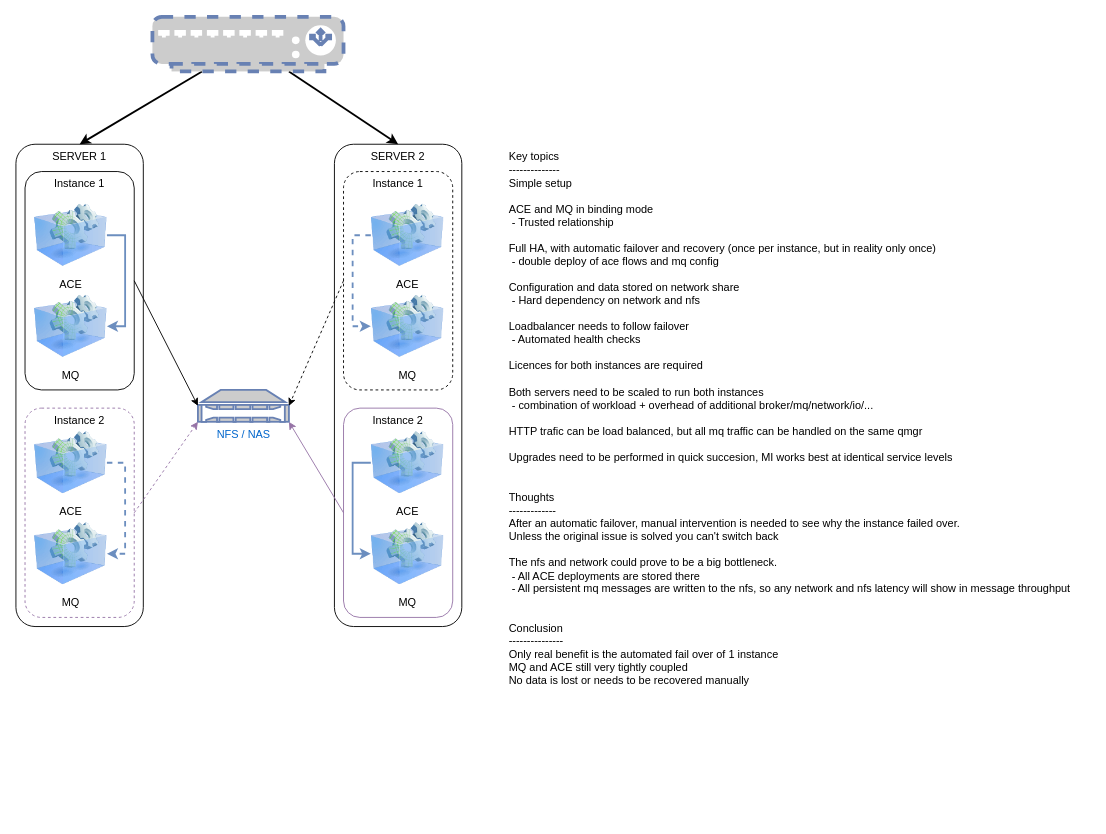
Before: page "Cross Multi-Instance" (2 of 10) of Designs/ACE/HighAvailabilityScenarios.drawio in matthiasblomme/MixedTools, a draw.io diagram. Source tidied: cells renumbered, new cells numbered last; positions are measured from the earlier drawing's top-left corner, leaving out a move shared by most shapes. Both pictures are drawn from the tidied source at 91%, with x=0, y=0 at pixel (15, 16).
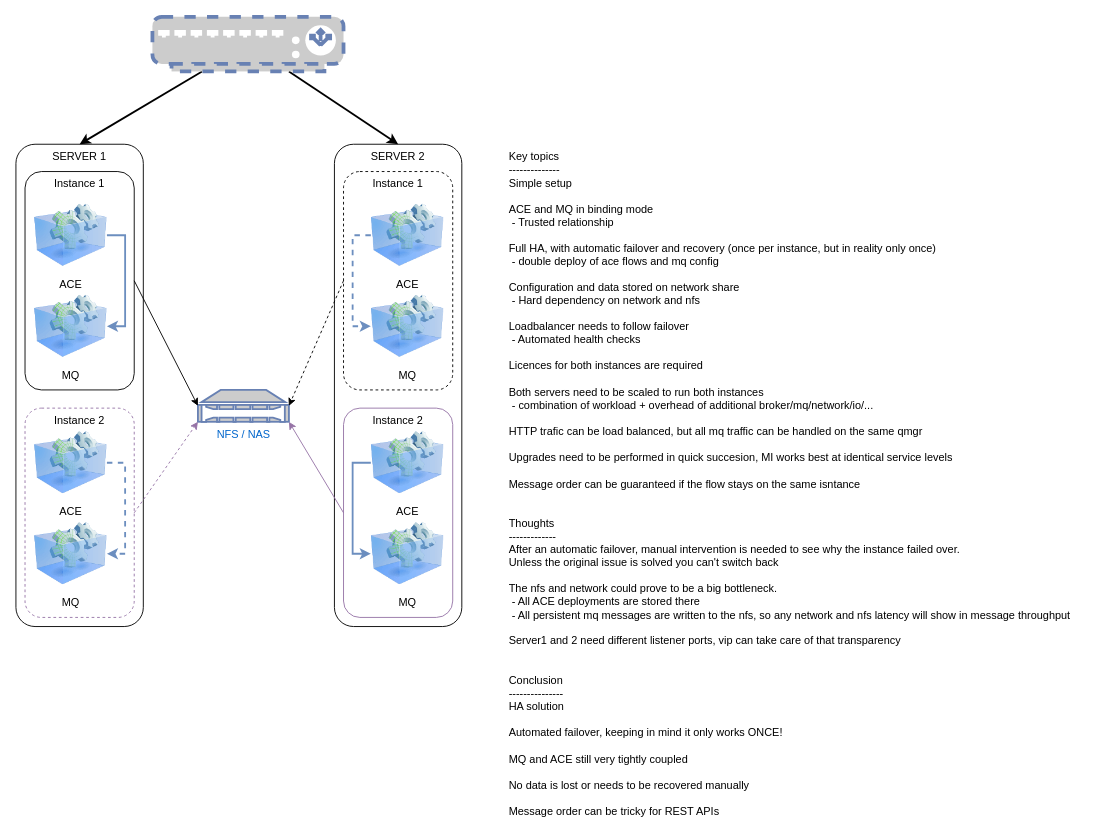
The same diagram, later.

What changed in the source:
```diff
@@
-    <mxCell id="25" value="Key topics&lt;br style=&quot;border-color: var(--border-color);&quot;&gt;--------------&lt;br&gt;Simple setup&lt;br&gt;&lt;br&gt;ACE and MQ in binding mode&lt;br&gt;&lt;span style=&quot;&quot;&gt;&lt;/span&gt;&lt;span style=&quot;&quot;&gt;&lt;/span&gt;&lt;span style=&quot;&quot;&gt;&lt;/span&gt;&lt;span style=&quot;&quot;&gt;&lt;/span&gt;&amp;nbsp;- Trusted relationship&lt;br&gt;&lt;br&gt;Full HA, with automatic failover and recovery (once per instance, but in reality only once)&lt;br&gt;&lt;span style=&quot;&quot;&gt;&#9;&lt;/span&gt;&amp;nbsp;- double deploy of ace flows and mq config&lt;br style=&quot;border-color: var(--border-color);&quot;&gt;&lt;br&gt;Configuration and data stored on network share&lt;br style=&quot;border-color: var(--border-color);&quot;&gt;&lt;span style=&quot;border-color: var(--border-color);&quot;&gt;&lt;/span&gt;&lt;span style=&quot;&quot;&gt;&lt;/span&gt;&lt;span style=&quot;&quot;&gt;&lt;/span&gt;&lt;span style=&quot;&quot;&gt;&lt;/span&gt;&amp;nbsp;- Hard dependency on network and nfs&lt;br&gt;&lt;br&gt;Loadbalancer needs to follow failover&lt;br&gt;&lt;span style=&quot;&quot;&gt;&lt;/span&gt;&lt;span style=&quot;&quot;&gt;&lt;/span&gt;&lt;span style=&quot;&quot;&gt;&lt;/span&gt;&lt;span style=&quot;&quot;&gt;&lt;/span&gt;&amp;nbsp;- Automated health checks&lt;br&gt;&lt;br&gt;Licences for both instances are required&lt;br&gt;&lt;br&gt;Both servers need to be scaled to run both instances&lt;br&gt;&amp;nbsp;- combination of workload + overhead of additional broker/mq/network/io/...&lt;br&gt;&lt;br&gt;HTTP trafic can be load balanced, but all mq traffic can be handled on the same qmgr&lt;br&gt;&lt;br&gt;Upgrades need to be performed in quick succesion, MI works best at identical service levels&lt;br&gt;&lt;br&gt;&lt;br&gt;Thoughts&lt;br style=&quot;border-color: var(--border-color);&quot;&gt;-------------&lt;br style=&quot;border-color: var(--border-color);&quot;&gt;After an automatic failover, manual intervention is needed to see why the instance failed over.&lt;br style=&quot;border-color: var(--border-color);&quot;&gt;Unless the original issue is solved you can't switch back&lt;br style=&quot;border-color: var(--border-color);&quot;&gt;&lt;br style=&quot;border-color: var(--border-color);&quot;&gt;The nfs and network could prove to be a big bottleneck.&lt;br style=&quot;border-color: var(--border-color);&quot;&gt;&lt;span style=&quot;border-color: var(--border-color);&quot;&gt;&lt;/span&gt;&amp;nbsp;- All ACE deployments are stored there&lt;br style=&quot;border-color: var(--border-color);&quot;&gt;&lt;span style=&quot;border-color: var(--border-color);&quot;&gt;&lt;/span&gt;&amp;nbsp;- All persistent mq messages are written to the nfs, so any network and nfs latency will show in message throughput&lt;br&gt;&lt;br&gt;&lt;br&gt;Conclusion&lt;br&gt;---------------&lt;br&gt;Only real benefit is the automated fail over of 1 instance&lt;br&gt;MQ and ACE still very tightly coupled&lt;br style=&quot;border-color: var(--border-color);&quot;&gt;No data is lost or needs to be recovered manually" style="text;html=1;strokeColor=none;fillColor=none;align=left;verticalAlign=top;whiteSpace=wrap;rounded=0;dashed=1;" parent="1" vertex="1">
+    <mxCell id="25" value="Key topics&lt;br style=&quot;border-color: var(--border-color);&quot;&gt;--------------&lt;br&gt;Simple setup&lt;br&gt;&lt;br&gt;ACE and MQ in binding mode&lt;br&gt;&lt;span style=&quot;&quot;&gt;&lt;/span&gt;&lt;span style=&quot;&quot;&gt;&lt;/span&gt;&lt;span style=&quot;&quot;&gt;&lt;/span&gt;&lt;span style=&quot;&quot;&gt;&lt;/span&gt;&amp;nbsp;- Trusted relationship&lt;br&gt;&lt;br&gt;Full HA, with automatic failover and recovery (once per instance, but in reality only once)&lt;br&gt;&lt;span style=&quot;&quot;&gt; &lt;/span&gt;&amp;nbsp;- double deploy of ace flows and mq config&lt;br style=&quot;border-color: var(--border-color);&quot;&gt;&lt;br&gt;Configuration and data stored on network share&lt;br style=&quot;border-color: var(--border-color);&quot;&gt;&lt;span style=&quot;border-color: var(--border-color);&quot;&gt;&lt;/span&gt;&lt;span style=&quot;&quot;&gt;&lt;/span&gt;&lt;span style=&quot;&quot;&gt;&lt;/span&gt;&lt;span style=&quot;&quot;&gt;&lt;/span&gt;&amp;nbsp;- Hard dependency on network and nfs&lt;br&gt;&lt;br&gt;Loadbalancer needs to follow failover&lt;br&gt;&lt;span style=&quot;&quot;&gt;&lt;/span&gt;&lt;span style=&quot;&quot;&gt;&lt;/span&gt;&lt;span style=&quot;&quot;&gt;&lt;/span&gt;&lt;span style=&quot;&quot;&gt;&lt;/span&gt;&amp;nbsp;- Automated health checks&lt;br&gt;&lt;br&gt;Licences for both instances are required&lt;br&gt;&lt;br&gt;Both servers need to be scaled to run both instances&lt;br&gt;&amp;nbsp;- combination of workload + overhead of additional broker/mq/network/io/...&lt;br&gt;&lt;br&gt;HTTP trafic can be load balanced, but all mq traffic can be handled on the same qmgr&lt;br&gt;&lt;br&gt;Upgrades need to be performed in quick succesion, MI works best at identical service levels&lt;br&gt;&lt;br&gt;Message order can be guaranteed if the flow stays on the same isntance&lt;br&gt;&lt;br&gt;&lt;br&gt;Thoughts&lt;br style=&quot;border-color: var(--border-color);&quot;&gt;-------------&lt;br style=&quot;border-color: var(--border-color);&quot;&gt;After an automatic failover, manual intervention is needed to see why the instance failed over.&lt;br style=&quot;border-color: var(--border-color);&quot;&gt;Unless the original issue is solved you can't switch back&lt;br style=&quot;border-color: var(--border-color);&quot;&gt;&lt;br style=&quot;border-color: var(--border-color);&quot;&gt;The nfs and network could prove to be a big bottleneck.&lt;br style=&quot;border-color: var(--border-color);&quot;&gt;&lt;span style=&quot;border-color: var(--border-color);&quot;&gt;&lt;/span&gt;&amp;nbsp;- All ACE deployments are stored there&lt;br style=&quot;border-color: var(--border-color);&quot;&gt;&lt;span style=&quot;border-color: var(--border-color);&quot;&gt;&lt;/span&gt;&amp;nbsp;- All persistent mq messages are written to the nfs, so any network and nfs latency will show in message throughput&lt;br&gt;&lt;br&gt;Server1 and 2 need different listener ports, vip can take care of that transparency&lt;br&gt;&lt;br&gt;&lt;br&gt;Conclusion&lt;br&gt;---------------&lt;br&gt;HA solution&amp;nbsp;&lt;br&gt;&lt;br&gt;Automated failover, keeping in mind it only works ONCE!&lt;br&gt;&lt;br&gt;MQ and ACE still very tightly coupled&lt;br&gt;&lt;br style=&quot;border-color: var(--border-color);&quot;&gt;No data is lost or needs to be recovered manually&lt;br&gt;&lt;br&gt;Message order can be tricky for REST APIs" style="text;html=1;strokeColor=none;fillColor=none;align=left;verticalAlign=top;whiteSpace=wrap;rounded=0;dashed=1;" parent="1" vertex="1">
       <mxGeometry x="540" y="140" width="640" height="640" as="geometry" />
     </mxCell>
```
